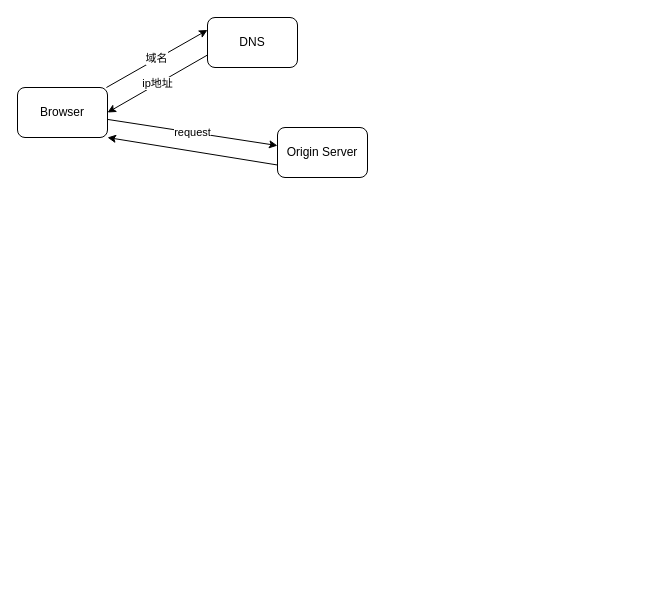
Above: draft.drawio in bankarian/pics (draw.io), before the change. Source tidied: cells renumbered, new cells numbered last; positions are measured from the earlier drawing's top-left corner, leaving out a move shared by most shapes. Both pictures are drawn from the tidied source at 100%, with x=0, y=0 at pixel (17, 17).
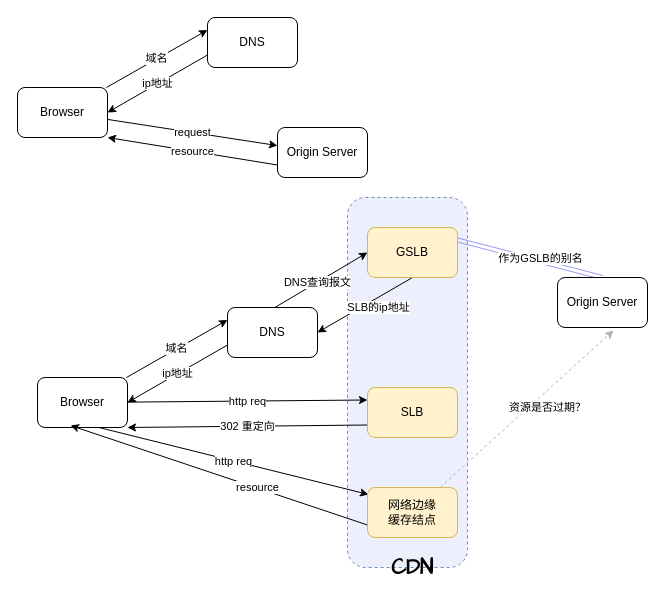
The same page after the edit.

Unchanged cells that the change refers to:
```xml
<mxCell id="4" value="Browser" style="rounded=1;whiteSpace=wrap;html=1;" parent="1" vertex="1">
  <mxGeometry y="70" width="90" height="50" as="geometry" />
</mxCell>
<mxCell id="8" value="Origin Server" style="rounded=1;whiteSpace=wrap;html=1;" parent="1" vertex="1">
  <mxGeometry x="260" y="110" width="90" height="50" as="geometry" />
</mxCell>
```

The edit, as a diff of the source:
```diff
@@
+    <mxCell id="9" style="rounded=1;whiteSpace=wrap;html=1;strokeColor=#6c8ebf;dashed=1;fillColor=#EDF0FC;" parent="1" vertex="1">
+      <mxGeometry x="330" y="180" width="120" height="370" as="geometry" />
+    </mxCell>
@@
-    <mxCell id="7" style="edgeStyle=none;rounded=0;jettySize=auto;html=1;entryX=1;entryY=1;entryDx=0;entryDy=0;exitX=0;exitY=0.75;exitDx=0;exitDy=0;" parent="1" edge="1" source="8" target="4">
+    <mxCell id="7" value="resource" style="edgeStyle=none;rounded=0;jettySize=auto;html=1;entryX=1;entryY=1;entryDx=0;entryDy=0;exitX=0;exitY=0.75;exitDx=0;exitDy=0;" parent="1" edge="1" source="8" target="4">
       <mxGeometry relative="1" as="geometry" />
     </mxCell>
@@
+    <mxCell id="10" value="域名" style="rounded=0;jettySize=auto;html=1;entryX=0;entryY=0.25;entryDx=0;entryDy=0;" parent="1" edge="1" source="13" target="16">
+      <mxGeometry relative="1" as="geometry" />
+    </mxCell>
+    <mxCell id="11" value="http req" style="edgeStyle=none;rounded=0;jettySize=auto;html=1;entryX=0;entryY=0.25;entryDx=0;entryDy=0;" parent="1" edge="1" source="13" target="18">
+      <mxGeometry relative="1" as="geometry" />
+    </mxCell>
+    <mxCell id="12" value="http req" style="edgeStyle=none;rounded=0;jettySize=auto;html=1;entryX=0.011;entryY=0.14;entryDx=0;entryDy=0;entryPerimeter=0;strokeColor=#000000;exitX=0.683;exitY=1;exitDx=0;exitDy=0;exitPerimeter=0;" parent="1" edge="1" source="13" target="26">
+      <mxGeometry relative="1" as="geometry" />
+    </mxCell>
+    <mxCell id="13" value="Browser" style="rounded=1;whiteSpace=wrap;html=1;" parent="1" vertex="1">
+      <mxGeometry x="20" y="360" width="90" height="50" as="geometry" />
+    </mxCell>
+    <mxCell id="14" value="ip地址" style="edgeStyle=none;rounded=0;jettySize=auto;html=1;entryX=1;entryY=0.5;entryDx=0;entryDy=0;exitX=0;exitY=0.75;exitDx=0;exitDy=0;" parent="1" edge="1" source="16" target="13">
+      <mxGeometry relative="1" as="geometry" />
+    </mxCell>
+    <mxCell id="15" value="DNS查询报文" style="edgeStyle=none;rounded=0;jettySize=auto;html=1;entryX=0;entryY=0.5;entryDx=0;entryDy=0;exitX=0.433;exitY=0.1;exitDx=0;exitDy=0;exitPerimeter=0;" parent="1" edge="1" source="16" target="20">
+      <mxGeometry relative="1" as="geometry" />
+    </mxCell>
+    <mxCell id="16" value="DNS" style="rounded=1;whiteSpace=wrap;html=1;" parent="1" vertex="1">
+      <mxGeometry x="210" y="290" width="90" height="50" as="geometry" />
+    </mxCell>
+    <mxCell id="17" value="302 重定向" style="edgeStyle=none;rounded=0;jettySize=auto;html=1;entryX=1;entryY=1;entryDx=0;entryDy=0;exitX=0;exitY=0.75;exitDx=0;exitDy=0;" parent="1" edge="1" source="18" target="13">
+      <mxGeometry relative="1" as="geometry" />
+    </mxCell>
+    <mxCell id="18" value="SLB" style="rounded=1;whiteSpace=wrap;html=1;fillColor=#fff2cc;strokeColor=#d6b656;" parent="1" vertex="1">
+      <mxGeometry x="350" y="370" width="90" height="50" as="geometry" />
+    </mxCell>
+    <mxCell id="19" value="SLB的ip地址" style="edgeStyle=none;rounded=0;jettySize=auto;html=1;entryX=1;entryY=0.5;entryDx=0;entryDy=0;strokeColor=#000000;exitX=0.5;exitY=1;exitDx=0;exitDy=0;" parent="1" edge="1" source="20" target="16">
+      <mxGeometry x="-0.18" y="9" relative="1" as="geometry" />
+    </mxCell>
+    <mxCell id="20" value="GSLB" style="rounded=1;whiteSpace=wrap;html=1;fillColor=#fff2cc;strokeColor=#d6b656;" parent="1" vertex="1">
+      <mxGeometry x="350" y="210" width="90" height="50" as="geometry" />
+    </mxCell>
+    <mxCell id="21" style="edgeStyle=none;rounded=0;jettySize=auto;html=1;entryX=1;entryY=0.25;entryDx=0;entryDy=0;exitX=0.5;exitY=0;exitDx=0;exitDy=0;shape=link;strokeColor=#9999FF;" parent="1" edge="1" source="23" target="20">
+      <mxGeometry relative="1" as="geometry" />
+    </mxCell>
+    <mxCell id="22" value="作为GSLB的别名" style="edgeLabel;html=1;align=center;verticalAlign=middle;" parent="21" vertex="1">
+      <mxGeometry x="0.18" y="3" relative="1" as="geometry">
+        <mxPoint x="23.2" as="offset" />
+      </mxGeometry>
+    </mxCell>
+    <mxCell id="23" value="Origin Server" style="rounded=1;whiteSpace=wrap;html=1;" parent="1" vertex="1">
+      <mxGeometry x="540" y="260" width="90" height="50" as="geometry" />
+    </mxCell>
+    <mxCell id="24" value="resource" style="edgeStyle=none;rounded=0;jettySize=auto;html=1;entryX=0.367;entryY=0.96;entryDx=0;entryDy=0;entryPerimeter=0;strokeColor=#000000;exitX=0;exitY=0.75;exitDx=0;exitDy=0;" parent="1" edge="1" source="26" target="13">
+      <mxGeometry x="-0.26" y="-1" relative="1" as="geometry" />
+    </mxCell>
+    <mxCell id="25" value="资源是否过期？" style="edgeStyle=none;rounded=0;jettySize=auto;html=1;entryX=0.622;entryY=1.06;entryDx=0;entryDy=0;entryPerimeter=0;dashed=1;strokeColor=#B3B3B3;" parent="1" edge="1" source="26" target="23">
+      <mxGeometry x="0.14" y="-13" relative="1" as="geometry" />
+    </mxCell>
+    <mxCell id="26" value="网络边缘&lt;br&gt;缓存结点" style="rounded=1;whiteSpace=wrap;html=1;fillColor=#fff2cc;strokeColor=#d6b656;" parent="1" vertex="1">
+      <mxGeometry x="350" y="470" width="90" height="50" as="geometry" />
+    </mxCell>
+    <mxCell id="27" value="&lt;b&gt;&lt;font face=&quot;Comic Sans MS&quot; style=&quot;font-size: 21px&quot;&gt;CDN&lt;/font&gt;&lt;/b&gt;" style="text;html=1;strokeColor=none;fillColor=none;align=center;verticalAlign=middle;whiteSpace=wrap;rounded=0;dashed=1;" parent="1" vertex="1">
+      <mxGeometry x="375" y="540" width="40" height="20" as="geometry" />
+    </mxCell>
```
